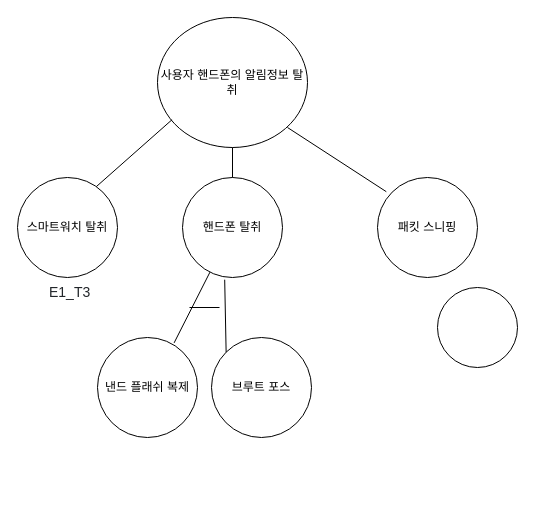
Earlier version of the draw.io diagram AT.drawio (bbangjooo/DH_pwn). Source tidied: cells renumbered, new cells numbered last; positions are measured from the earlier drawing's top-left corner, leaving out a move shared by most shapes. Both pictures are drawn from the tidied source at 100%, with x=0, y=0 at pixel (17, 17).
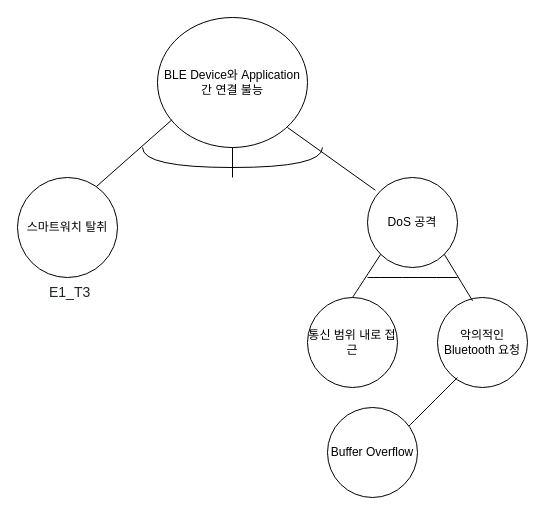
After the change.

The edit, as a diff of the source:
```diff
@@
-    <mxCell id="2" value="사용자 핸드폰의 알림정보 탈취" style="ellipse;whiteSpace=wrap;html=1;" parent="1" vertex="1">
+    <mxCell id="2" value="BLE Device와 Application 간 연결 불능" style="ellipse;whiteSpace=wrap;html=1;" parent="1" vertex="1">
       <mxGeometry x="140" width="150" height="130" as="geometry" />
     </mxCell>
@@
-    <mxCell id="5" value="핸드폰 탈취" style="ellipse;whiteSpace=wrap;html=1;" parent="1" vertex="1">
-      <mxGeometry x="165" y="160" width="100" height="100" as="geometry" />
-    </mxCell>
-    <mxCell id="6" style="endArrow=none;html=1;rounded=0;entryX=0.5;entryY=1;entryDx=0;entryDy=0;exitX=0.5;exitY=0;exitDx=0;exitDy=0;" parent="1" edge="1" source="5" target="2">
-      <mxGeometry relative="1" as="geometry" />
+    <mxCell id="6" style="endArrow=none;html=1;rounded=0;entryX=0.5;entryY=1;entryDx=0;entryDy=0;exitX=0.5;exitY=0;exitDx=0;exitDy=0;" parent="1" edge="1" target="2">
+      <mxGeometry relative="1" as="geometry">
+        <mxPoint x="215" y="160" as="sourcePoint" />
+      </mxGeometry>
     </mxCell>
-    <mxCell id="7" value="패킷 스니핑" style="ellipse;whiteSpace=wrap;html=1;" parent="1" vertex="1">
-      <mxGeometry x="360" y="160" width="100" height="100" as="geometry" />
+    <mxCell id="7" value="DoS 공격" style="ellipse;whiteSpace=wrap;html=1;" parent="1" vertex="1">
+      <mxGeometry x="350" y="160" width="90" height="90" as="geometry" />
     </mxCell>
@@
-    <mxCell id="9" value="낸드 플래쉬 복제" style="ellipse;whiteSpace=wrap;html=1;" parent="1" vertex="1">
-      <mxGeometry x="80" y="320" width="100" height="100" as="geometry" />
-    </mxCell>
-    <mxCell id="10" style="endArrow=none;html=1;rounded=0;exitX=0.766;exitY=0.054;exitDx=0;exitDy=0;exitPerimeter=0;" parent="1" edge="1" source="9" target="5">
-      <mxGeometry relative="1" as="geometry" />
-    </mxCell>
-    <mxCell id="11" value="브루트 포스" style="ellipse;whiteSpace=wrap;html=1;" parent="1" vertex="1">
-      <mxGeometry x="194" y="320" width="100" height="100" as="geometry" />
-    </mxCell>
-    <mxCell id="12" style="endArrow=none;html=1;rounded=0;exitX=0;exitY=0;exitDx=0;exitDy=0;entryX=0.422;entryY=1.022;entryDx=0;entryDy=0;entryPerimeter=0;" parent="1" edge="1" source="11" target="5">
-      <mxGeometry relative="1" as="geometry" />
-    </mxCell>
-    <mxCell id="13" style="endArrow=none;html=1;rounded=0;" parent="1" edge="1">
-      <mxGeometry relative="1" as="geometry">
-        <mxPoint x="172" y="290" as="sourcePoint" />
-        <mxPoint x="202" y="290" as="targetPoint" />
-      </mxGeometry>
-    </mxCell>
-    <mxCell id="14" style="ellipse;whiteSpace=wrap;html=1;" parent="1" vertex="1">
-      <mxGeometry x="420" y="270" width="80" height="80" as="geometry" />
+    <mxCell id="14" value="악의적인 Bluetooth 요청" style="ellipse;whiteSpace=wrap;html=1;" parent="1" vertex="1">
+      <mxGeometry x="420" y="280" width="90" height="90" as="geometry" />
     </mxCell>
@@
+    <mxCell id="16" style="endArrow=none;html=1;rounded=0;edgeStyle=orthogonalEdgeStyle;curved=1;" parent="1" edge="1">
+      <mxGeometry relative="1" as="geometry">
+        <mxPoint x="125" y="130" as="sourcePoint" />
+        <mxPoint x="305" y="130" as="targetPoint" />
+        <Array as="points">
+          <mxPoint x="125" y="150" />
+          <mxPoint x="305" y="150" />
+        </Array>
+      </mxGeometry>
+    </mxCell>
+    <mxCell id="17" value="통신 범위 내로 접근" style="ellipse;whiteSpace=wrap;html=1;" parent="1" vertex="1">
+      <mxGeometry x="290" y="280" width="90" height="90" as="geometry" />
+    </mxCell>
+    <mxCell id="18" style="endArrow=none;html=1;rounded=0;curved=1;entryX=0;entryY=1;entryDx=0;entryDy=0;exitX=0.5;exitY=0;exitDx=0;exitDy=0;" parent="1" edge="1" source="17" target="7">
+      <mxGeometry relative="1" as="geometry" />
+    </mxCell>
+    <mxCell id="19" style="endArrow=none;html=1;rounded=0;curved=1;entryX=1;entryY=1;entryDx=0;entryDy=0;exitX=0.39;exitY=0.037;exitDx=0;exitDy=0;exitPerimeter=0;" parent="1" edge="1" source="14" target="7">
+      <mxGeometry relative="1" as="geometry" />
+    </mxCell>
+    <mxCell id="20" style="endArrow=none;html=1;rounded=0;curved=1;" parent="1" edge="1">
+      <mxGeometry relative="1" as="geometry">
+        <mxPoint x="350" y="260" as="sourcePoint" />
+        <mxPoint x="440" y="260" as="targetPoint" />
+      </mxGeometry>
+    </mxCell>
+    <mxCell id="21" style="endArrow=none;html=1;rounded=0;curved=1;" parent="1" edge="1">
+      <mxGeometry relative="1" as="geometry">
+        <mxPoint x="390" y="410" as="sourcePoint" />
+        <mxPoint x="440" y="360" as="targetPoint" />
+      </mxGeometry>
+    </mxCell>
+    <mxCell id="22" value="Buffer Overflow" style="ellipse;whiteSpace=wrap;html=1;" parent="1" vertex="1">
+      <mxGeometry x="310" y="390" width="90" height="90" as="geometry" />
+    </mxCell>
```
